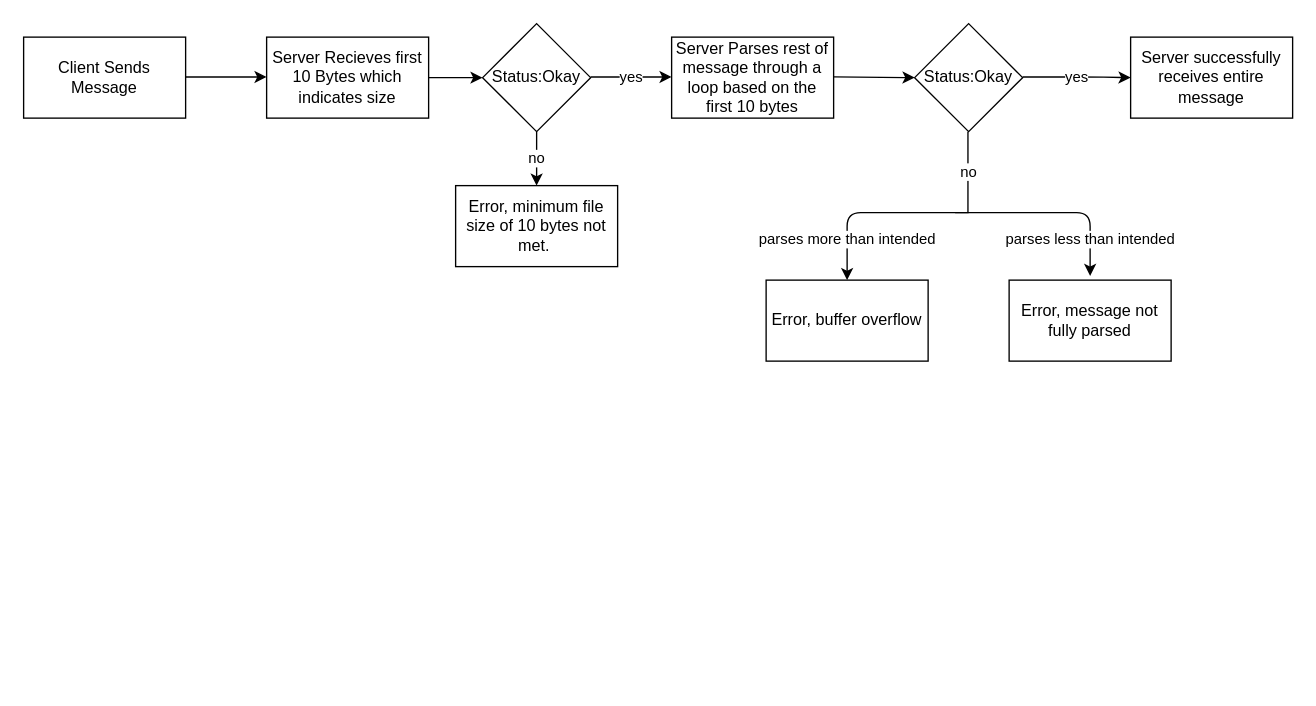
Above: Design Documents/FTP Design Document - Receive MEssage.drawio in kipflip1125/client-server (draw.io), before the change. Source tidied: cells renumbered, new cells numbered last; positions are measured from the earlier drawing's top-left corner, leaving out a move shared by most shapes. Both pictures are drawn from the tidied source at 135%, with x=0, y=0 at pixel (23, 23).
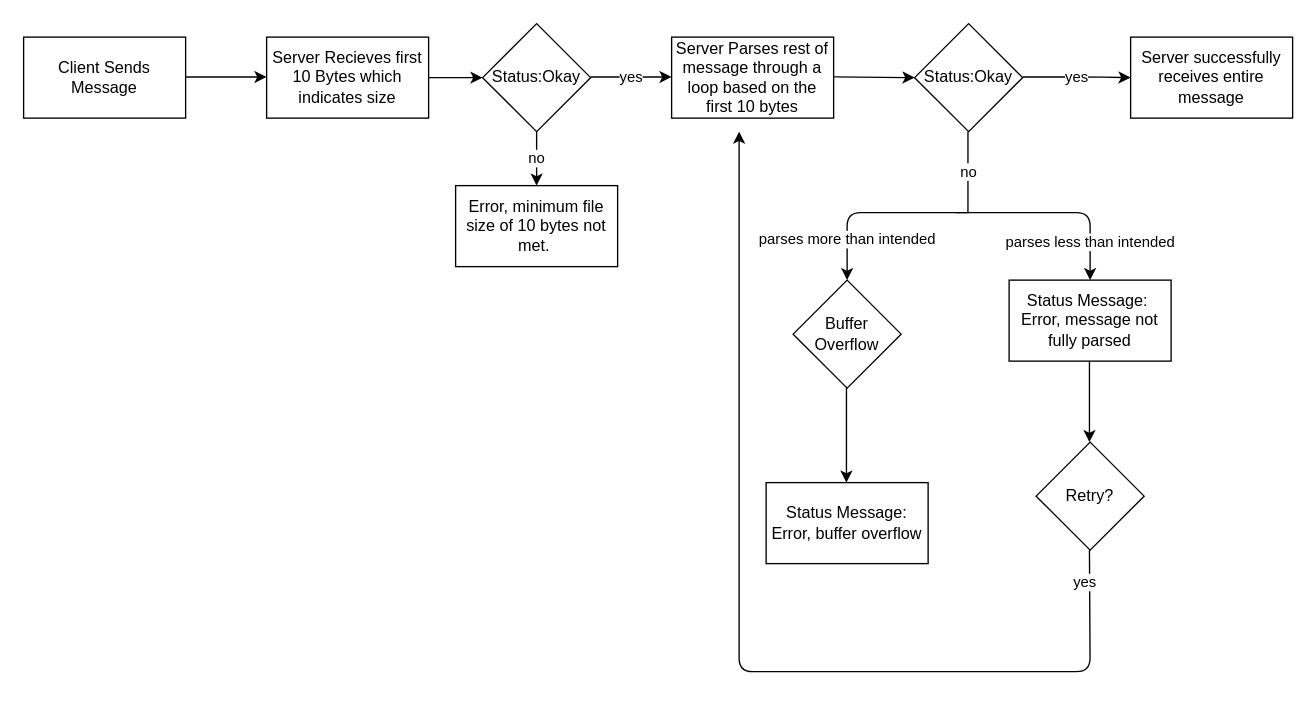
The same page after the edit.

The edit, as a diff of the source:
```diff
@@
     <mxCell id="15" value="parses less than intended" style="endArrow=classic;html=1;" parent="1" edge="1">
       <mxGeometry x="0.63" relative="1" as="geometry">
         <mxPoint x="690" y="140" as="sourcePoint" />
-        <mxPoint x="790" y="187" as="targetPoint" />
+        <mxPoint x="790" y="190" as="targetPoint" />
         <Array as="points">
           <mxPoint x="790" y="140" />
         </Array>
       </mxGeometry>
     </mxCell>
-    <mxCell id="16" value="Error, buffer overflow" style="rounded=0;whiteSpace=wrap;html=1;" parent="1" vertex="1">
-      <mxGeometry x="550" y="190" width="120" height="60" as="geometry" />
+    <mxCell id="16" value="Status Message: Error, buffer overflow" style="rounded=0;whiteSpace=wrap;html=1;" parent="1" vertex="1">
+      <mxGeometry x="550" y="340" width="120" height="60" as="geometry" />
     </mxCell>
-    <mxCell id="17" value="Error, message not fully parsed" style="rounded=0;whiteSpace=wrap;html=1;" parent="1" vertex="1">
+    <mxCell id="17" value="Status Message:&amp;nbsp; Error, message not fully parsed" style="rounded=0;whiteSpace=wrap;html=1;" parent="1" vertex="1">
       <mxGeometry x="730" y="190" width="120" height="60" as="geometry" />
     </mxCell>
@@
+    <mxCell id="20" style="endArrow=classic;html=1;" parent="1" edge="1">
+      <mxGeometry relative="1" as="geometry">
+        <mxPoint x="609.5" y="270" as="sourcePoint" />
+        <mxPoint x="609.5" y="340" as="targetPoint" />
+      </mxGeometry>
+    </mxCell>
+    <mxCell id="21" value="Buffer Overflow" style="rhombus;whiteSpace=wrap;html=1;" parent="1" vertex="1">
+      <mxGeometry x="570" y="190" width="80" height="80" as="geometry" />
+    </mxCell>
+    <mxCell id="22" style="endArrow=classic;html=1;" parent="1" edge="1">
+      <mxGeometry relative="1" as="geometry">
+        <mxPoint x="789.5" y="250" as="sourcePoint" />
+        <mxPoint x="789.5" y="310" as="targetPoint" />
+      </mxGeometry>
+    </mxCell>
+    <mxCell id="23" value="Retry?" style="rhombus;whiteSpace=wrap;html=1;" parent="1" vertex="1">
+      <mxGeometry x="750" y="310" width="80" height="80" as="geometry" />
+    </mxCell>
+    <mxCell id="24" style="endArrow=classic;html=1;" parent="1" edge="1">
+      <mxGeometry relative="1" as="geometry">
+        <mxPoint x="789.5" y="390" as="sourcePoint" />
+        <mxPoint x="530" y="80" as="targetPoint" />
+        <Array as="points">
+          <mxPoint x="790" y="480" />
+          <mxPoint x="530" y="480" />
+        </Array>
+      </mxGeometry>
+    </mxCell>
+    <mxCell id="25" value="yes" style="edgeLabel;html=1;align=center;verticalAlign=middle;" parent="24" vertex="1">
+      <mxGeometry x="-0.94" y="-4" relative="1" as="geometry" />
+    </mxCell>
```
